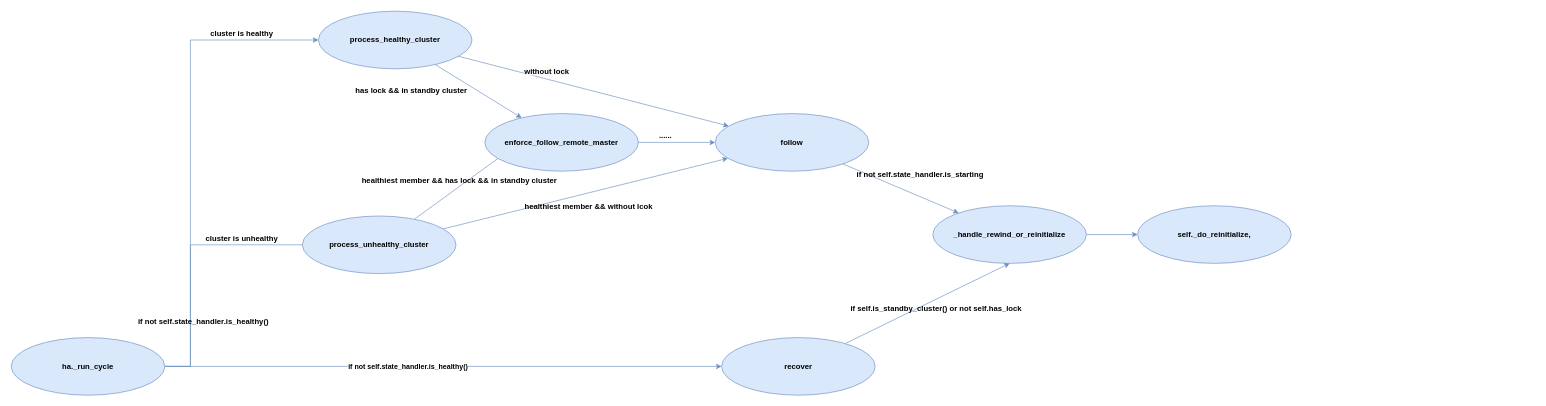
The draw.io diagram docs/patroni-trigger-reinitialize-workflow.drawio in xin49/patroni, before the edit. Source tidied: cells renumbered, new cells numbered last; positions are measured from the earlier drawing's top-left corner, leaving out a move shared by most shapes. Both pictures are drawn from the tidied source at 64%, with x=0, y=0 at pixel (11, 11).
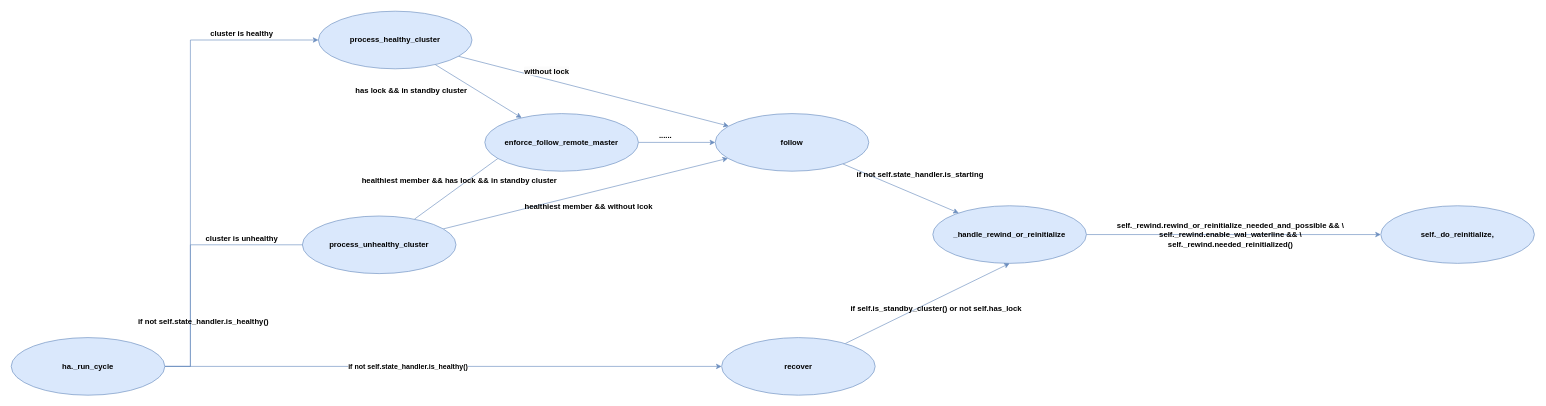
The same page after the edit.

The edit, as a diff of the source:
```diff
@@
     <mxCell id="2" value="self._do_reinitialize," style="ellipse;whiteSpace=wrap;html=1;fillColor=#dae8fc;strokeColor=#6c8ebf;fontStyle=1;" parent="1" vertex="1">
-      <mxGeometry x="1760" y="304" width="240" height="90" as="geometry" />
+      <mxGeometry x="2140" y="304" width="240" height="90" as="geometry" />
     </mxCell>
@@
+    <mxCell id="32" value="self._rewind.rewind_or_reinitialize_needed_and_possible &amp;amp;&amp;amp; \&lt;br&gt;self._rewind.enable_wal_waterline &amp;amp;&amp;amp; \&lt;br&gt;self._rewind.needed_reinitialized()" style="text;html=1;align=center;verticalAlign=middle;strokeColor=none;fillColor=none;fontStyle=1;" parent="1" vertex="1">
+      <mxGeometry x="1685" y="320" width="440" height="60" as="geometry" />
+    </mxCell>
```
